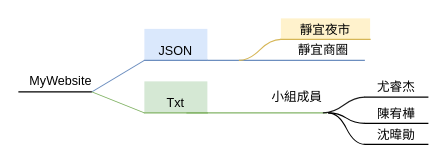
chain-smok/BLOG keeps this draw.io diagram as json.drawio. Above is the earlier version. Source tidied: cells renumbered, new cells numbered last; positions are measured from the earlier drawing's top-left corner, leaving out a move shared by most shapes. Both pictures are drawn from the tidied source at 105%, with x=0, y=0 at pixel (18, 18).
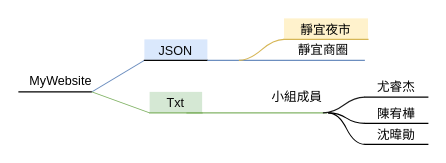
The same diagram, later.

The edit, as a diff of the source:
```diff
@@
-    <mxCell id="3" value="JSON" style="whiteSpace=wrap;html=1;shape=partialRectangle;top=0;left=0;bottom=1;right=0;points=[[0,1],[1,1]];align=center;verticalAlign=bottom;routingCenterY=0.5;snapToPoint=1;newEdgeStyle={&quot;edgeStyle&quot;:&quot;entityRelationEdgeStyle&quot;,&quot;startArrow&quot;:&quot;none&quot;,&quot;endArrow&quot;:&quot;none&quot;,&quot;segment&quot;:10,&quot;curved&quot;:1};fillColor=#dae8fc;strokeColor=#6c8ebf;" parent="1" vertex="1" collapsed="1">
-      <mxGeometry x="120" y="10" width="60" height="30" as="geometry" />
+    <mxCell id="3" value="&lt;font color=&quot;#080808&quot;&gt;JSON&lt;/font&gt;" style="whiteSpace=wrap;html=1;shape=partialRectangle;top=0;left=0;bottom=1;right=0;points=[[0,1],[1,1]];align=center;verticalAlign=bottom;routingCenterY=0.5;snapToPoint=1;newEdgeStyle={&quot;edgeStyle&quot;:&quot;entityRelationEdgeStyle&quot;,&quot;startArrow&quot;:&quot;none&quot;,&quot;endArrow&quot;:&quot;none&quot;,&quot;segment&quot;:10,&quot;curved&quot;:1};fillColor=#dae8fc;strokeColor=#080808;" parent="1" vertex="1" collapsed="1">
+      <mxGeometry x="120" y="20" width="60" height="20" as="geometry" />
     </mxCell>
@@
-    <mxCell id="5" value="Txt" style="whiteSpace=wrap;html=1;shape=partialRectangle;top=0;left=0;bottom=1;right=0;points=[[0,1],[1,1]];fillColor=#d5e8d4;align=center;verticalAlign=bottom;routingCenterY=0.5;snapToPoint=1;newEdgeStyle={&quot;edgeStyle&quot;:&quot;entityRelationEdgeStyle&quot;,&quot;startArrow&quot;:&quot;none&quot;,&quot;endArrow&quot;:&quot;none&quot;,&quot;segment&quot;:10,&quot;curved&quot;:1};strokeColor=#82b366;" parent="1" vertex="1">
-      <mxGeometry x="120" y="60" width="60" height="30" as="geometry" />
+    <mxCell id="5" value="&lt;font color=&quot;#080808&quot;&gt;Txt&lt;/font&gt;" style="whiteSpace=wrap;html=1;shape=partialRectangle;top=0;left=0;bottom=1;right=0;points=[[0,1],[1,1]];fillColor=#d5e8d4;align=center;verticalAlign=bottom;routingCenterY=0.5;snapToPoint=1;newEdgeStyle={&quot;edgeStyle&quot;:&quot;entityRelationEdgeStyle&quot;,&quot;startArrow&quot;:&quot;none&quot;,&quot;endArrow&quot;:&quot;none&quot;,&quot;segment&quot;:10,&quot;curved&quot;:1};strokeColor=#82b366;" parent="1" vertex="1">
+      <mxGeometry x="125" y="70" width="50" height="20" as="geometry" />
     </mxCell>
@@
-    <mxCell id="10" value="靜宜夜市" style="whiteSpace=wrap;html=1;shape=partialRectangle;top=0;left=0;bottom=1;right=0;points=[[0,1],[1,1]];fillColor=#fff2cc;align=center;verticalAlign=bottom;routingCenterY=0.5;snapToPoint=1;newEdgeStyle={&quot;edgeStyle&quot;:&quot;entityRelationEdgeStyle&quot;,&quot;startArrow&quot;:&quot;none&quot;,&quot;endArrow&quot;:&quot;none&quot;,&quot;segment&quot;:10,&quot;curved&quot;:1};strokeColor=#d6b656;" parent="1" vertex="1">
-      <mxGeometry x="250" width="85" height="20" as="geometry" />
+    <mxCell id="10" value="&lt;font color=&quot;#000000&quot;&gt;靜宜夜市&lt;/font&gt;" style="whiteSpace=wrap;html=1;shape=partialRectangle;top=0;left=0;bottom=1;right=0;points=[[0,1],[1,1]];fillColor=#fff2cc;align=center;verticalAlign=bottom;routingCenterY=0.5;snapToPoint=1;newEdgeStyle={&quot;edgeStyle&quot;:&quot;entityRelationEdgeStyle&quot;,&quot;startArrow&quot;:&quot;none&quot;,&quot;endArrow&quot;:&quot;none&quot;,&quot;segment&quot;:10,&quot;curved&quot;:1};strokeColor=#d6b656;" parent="1" vertex="1">
+      <mxGeometry x="253" width="80" height="20" as="geometry" />
     </mxCell>
```
